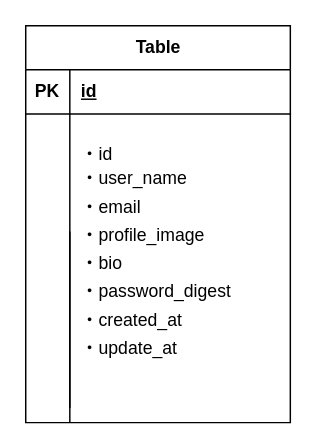
This is .github/ER図お試し.drawio from taisuke-kiyomura-code/learning-area, a draw.io file, before an edit. Source tidied: cells renumbered, new cells numbered last; positions are measured from the earlier drawing's top-left corner, leaving out a move shared by most shapes. Both pictures are drawn from the tidied source at 147%, with x=0, y=0 at pixel (25, 25).
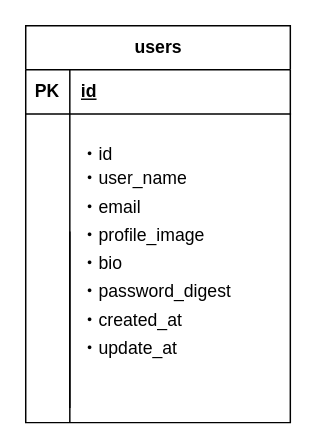
Above is the later version.

Commit message (it also covers changes not shown here):
ER図お試し.drawio を更新します

Diff of the diagram source:
```diff
@@
 <mxGraphModel>
   <root>
     <mxCell id="0" />
     <mxCell id="1" parent="0" />
-    <mxCell id="2" value="Table" style="shape=table;startSize=30;childLayout=tableLayout;rowLines=0;fontStyle=1;align=center;html=1;" parent="1" vertex="1">
+    <mxCell id="2" value="users" style="shape=table;startSize=30;childLayout=tableLayout;rowLines=0;fontStyle=1;align=center;html=1;" parent="1" vertex="1">
       <mxGeometry width="180" height="270" as="geometry" />
     </mxCell>
     <mxCell id="3" style="shape=tableRow;horizontal=0;startSize=0;swimlaneHead=0;swimlaneBody=0;fillColor=none;top=0;left=0;right=0;bottom=1;" parent="2" vertex="1">
       <mxGeometry y="30" width="180" height="30" as="geometry" />
     </mxCell>
     <mxCell id="4" value="PK" style="shape=partialRectangle;fillColor=none;top=0;left=0;bottom=0;right=0;fontStyle=1;overflow=hidden;whiteSpace=wrap;html=1;" parent="3" vertex="1">
       <mxGeometry width="30" height="30" as="geometry" />
     </mxCell>
     <mxCell id="5" value="id" style="shape=partialRectangle;fillColor=none;top=0;left=0;bottom=0;right=0;align=left;spacingLeft=6;fontStyle=5;overflow=hidden;whiteSpace=wrap;html=1;" parent="3" vertex="1">
       <mxGeometry x="30" width="150" height="30" as="geometry" />
     </mxCell>
     <mxCell id="6" style="shape=tableRow;horizontal=0;startSize=0;swimlaneHead=0;swimlaneBody=0;fillColor=none;top=0;left=0;right=0;bottom=0;" parent="2" vertex="1">
       <mxGeometry y="60" width="180" height="190" as="geometry" />
     </mxCell>
     <mxCell id="7" style="shape=partialRectangle;fillColor=none;top=0;left=0;bottom=0;right=0;overflow=hidden;whiteSpace=wrap;html=1;" parent="6" vertex="1">
       <mxGeometry width="30" height="190" as="geometry" />
     </mxCell>
     <mxCell id="8" value="・id&lt;div style=&quot;line-height: 160%;&quot;&gt;・user_name&lt;/div&gt;&lt;div style=&quot;line-height: 160%;&quot;&gt;・email&lt;/div&gt;&lt;div style=&quot;line-height: 160%;&quot;&gt;・profile_image&lt;/div&gt;&lt;div style=&quot;line-height: 160%;&quot;&gt;・bio&lt;/div&gt;&lt;div style=&quot;line-height: 160%;&quot;&gt;・password_digest&lt;/div&gt;&lt;div style=&quot;line-height: 160%;&quot;&gt;・created_at&lt;/div&gt;&lt;div style=&quot;line-height: 160%;&quot;&gt;・update_at&lt;/div&gt;" style="shape=partialRectangle;fillColor=none;top=0;left=0;bottom=0;right=0;align=left;spacingLeft=6;overflow=hidden;whiteSpace=wrap;html=1;" parent="6" vertex="1">
       <mxGeometry x="30" width="150" height="190" as="geometry" />
     </mxCell>
     <mxCell id="9" style="shape=tableRow;horizontal=0;startSize=0;swimlaneHead=0;swimlaneBody=0;fillColor=none;top=0;left=0;right=0;bottom=0;" parent="2" vertex="1">
       <mxGeometry y="250" width="180" height="20" as="geometry" />
     </mxCell>
     <mxCell id="10" style="shape=partialRectangle;fillColor=none;top=0;left=0;bottom=0;right=0;overflow=hidden;whiteSpace=wrap;html=1;" parent="9" vertex="1">
       <mxGeometry width="30" height="20" as="geometry" />
     </mxCell>
     <mxCell id="11" style="shape=partialRectangle;fillColor=none;top=0;left=0;bottom=0;right=0;align=left;spacingLeft=6;overflow=hidden;whiteSpace=wrap;html=1;" parent="9" vertex="1">
       <mxGeometry x="30" width="150" height="20" as="geometry" />
     </mxCell>
     <mxCell id="12" style="endArrow=none;html=1;rounded=0;entryX=0.194;entryY=1.133;entryDx=0;entryDy=0;entryPerimeter=0;" parent="1" edge="1">
       <mxGeometry relative="1" as="geometry">
         <mxPoint x="30" y="260" as="sourcePoint" />
         <mxPoint x="30" y="140" as="targetPoint" />
       </mxGeometry>
     </mxCell>
   </root>
 </mxGraphModel>
```
